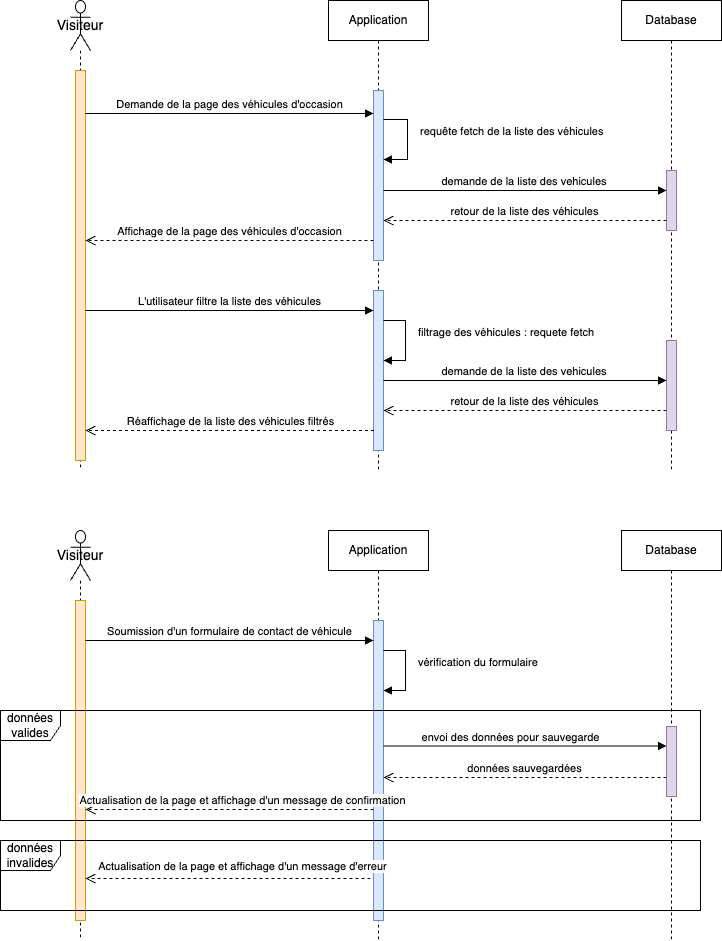
This is diagramme_sequence.drawio.png from floretcl/ECF-TP-DWWM-Garage-02-06-2023, a draw.io export, as it was before one commit. Source tidied: cells renumbered, new cells last; positions are measured from the earlier drawing's top-left corner, leaving out a move shared by most shapes.
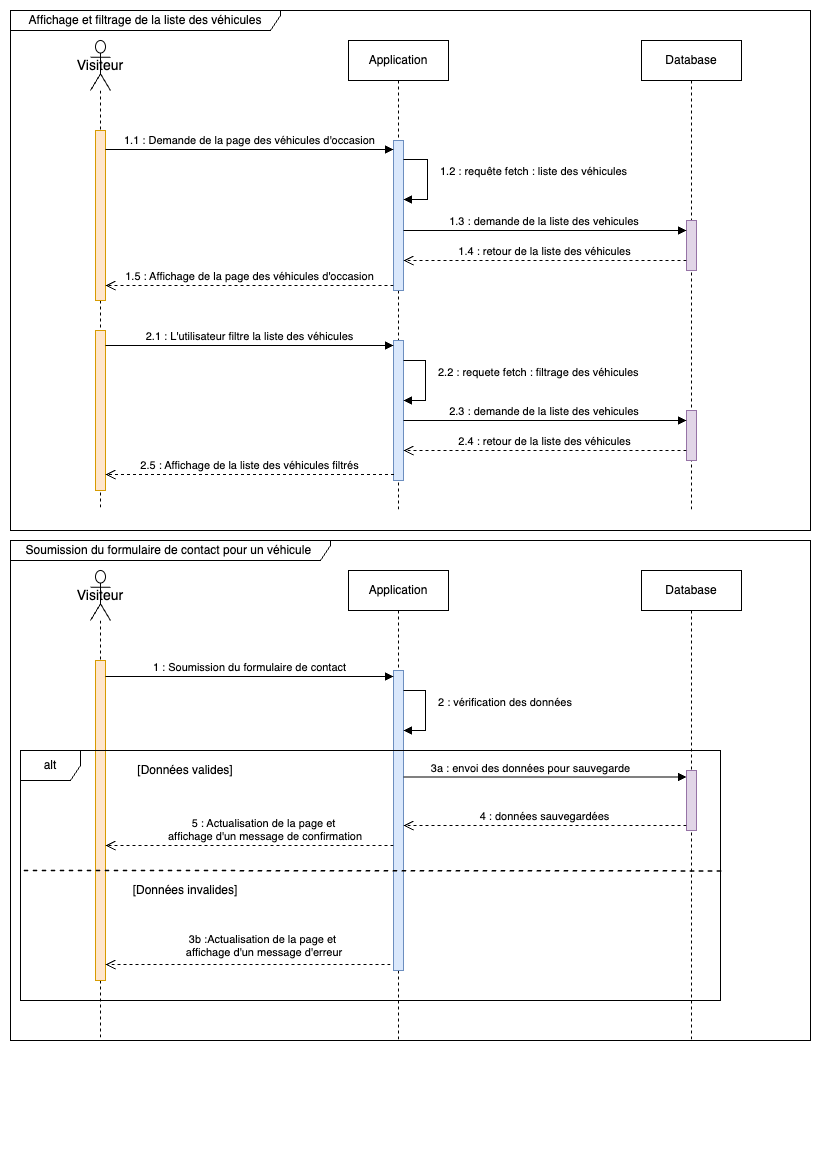
Above is the later version.

Commit message:
update diagrams corrected

The edit, as a diff of the source:
```diff
@@ -6,16 +6,19 @@
       <mxGeometry x="70" width="20" height="470" as="geometry" />
     </mxCell>
     <mxCell id="3" style="html=1;points=[[0,0,0,0,5],[0,1,0,0,-5],[1,0,0,0,5],[1,1,0,0,-5]];perimeter=orthogonalPerimeter;outlineConnect=0;targetShapes=umlLifeline;portConstraint=eastwest;newEdgeStyle={&quot;curved&quot;:0,&quot;rounded&quot;:0};labelBackgroundColor=none;fillColor=#ffe6cc;strokeColor=#d79b00;" parent="2" vertex="1">
-      <mxGeometry x="5" y="70" width="10" height="390" as="geometry" />
+      <mxGeometry x="5" y="90" width="10" height="170" as="geometry" />
     </mxCell>
+    <mxCell id="34" style="html=1;perimeter=orthogonalPerimeter;targetShapes=umlLifeline;newEdgeStyle={&quot;curved&quot;:0,&quot;rounded&quot;:0};labelBackgroundColor=none;fillColor=#ffe6cc;strokeColor=#d79b00;" parent="2" vertex="1">
+      <mxGeometry x="5" y="290" width="10" height="160" as="geometry" />
+    </mxCell>
     <mxCell id="4" value="Application" style="shape=umlLifeline;perimeter=lifelinePerimeter;whiteSpace=wrap;html=1;newEdgeStyle={&quot;curved&quot;:0,&quot;rounded&quot;:0};" parent="1" vertex="1">
       <mxGeometry x="328" width="100" height="470" as="geometry" />
     </mxCell>
     <mxCell id="5" style="html=1;perimeter=orthogonalPerimeter;targetShapes=umlLifeline;newEdgeStyle={&quot;curved&quot;:0,&quot;rounded&quot;:0};fillColor=#dae8fc;strokeColor=#6c8ebf;" parent="4" vertex="1">
-      <mxGeometry x="45" y="90" width="10" height="170" as="geometry" />
+      <mxGeometry x="45" y="100" width="10" height="150" as="geometry" />
     </mxCell>
-    <mxCell id="6" value="requête fetch de la liste des véhicules" style="html=1;align=left;spacingLeft=2;endArrow=block;rounded=0;edgeStyle=orthogonalEdgeStyle;curved=0;rounded=0;" parent="4" edge="1">
-      <mxGeometry x="-0.18" y="9" relative="1" as="geometry">
+    <mxCell id="6" value="1.2 : requête fetch : liste des véhicules" style="html=1;align=left;spacingLeft=2;endArrow=block;rounded=0;edgeStyle=orthogonalEdgeStyle;curved=0;rounded=0;" parent="4" edge="1">
+      <mxGeometry x="-0.19" y="9" relative="1" as="geometry">
         <mxPoint x="55" y="119" as="sourcePoint" />
         <mxPoint x="55" y="159" as="targetPoint" />
         <Array as="points">
@@ -25,10 +28,10 @@
       </mxGeometry>
     </mxCell>
     <mxCell id="7" style="html=1;points=[[0,0,0,0,5],[0,1,0,0,-5],[1,0,0,0,5],[1,1,0,0,-5]];perimeter=orthogonalPerimeter;outlineConnect=0;targetShapes=umlLifeline;portConstraint=eastwest;newEdgeStyle={&quot;curved&quot;:0,&quot;rounded&quot;:0};fillColor=#dae8fc;strokeColor=#6c8ebf;" parent="4" vertex="1">
-      <mxGeometry x="45" y="290" width="10" height="160" as="geometry" />
+      <mxGeometry x="45" y="300" width="10" height="140" as="geometry" />
     </mxCell>
-    <mxCell id="8" value="filtrage des véhicules : requete fetch" style="html=1;align=left;spacingLeft=2;endArrow=block;rounded=0;edgeStyle=orthogonalEdgeStyle;curved=0;rounded=0;" parent="4" edge="1">
-      <mxGeometry x="-0.18" y="9" relative="1" as="geometry">
+    <mxCell id="8" value="2.2 : requete fetch : filtrage des véhicules" style="html=1;align=left;spacingLeft=2;endArrow=block;rounded=0;edgeStyle=orthogonalEdgeStyle;curved=0;rounded=0;" parent="4" edge="1">
+      <mxGeometry x="-0.19" y="9" relative="1" as="geometry">
         <mxPoint x="55" y="320" as="sourcePoint" />
         <mxPoint x="55" y="360" as="targetPoint" />
         <Array as="points">
@@ -41,17 +44,18 @@
       <mxGeometry x="621" width="100" height="470" as="geometry" />
     </mxCell>
     <mxCell id="10" style="html=1;perimeter=orthogonalPerimeter;targetShapes=umlLifeline;newEdgeStyle={&quot;curved&quot;:0,&quot;rounded&quot;:0};fillColor=#e1d5e7;strokeColor=#9673a6;" parent="9" vertex="1">
-      <mxGeometry x="45" y="170" width="10" height="60" as="geometry" />
+      <mxGeometry x="45" y="180" width="10" height="50" as="geometry" />
     </mxCell>
     <mxCell id="11" style="html=1;points=[[0,0,0,0,5],[0,1,0,0,-5],[1,0,0,0,5],[1,1,0,0,-5]];perimeter=orthogonalPerimeter;outlineConnect=0;targetShapes=umlLifeline;portConstraint=eastwest;newEdgeStyle={&quot;curved&quot;:0,&quot;rounded&quot;:0};fillColor=#e1d5e7;strokeColor=#9673a6;" parent="9" vertex="1">
-      <mxGeometry x="45" y="340" width="10" height="90" as="geometry" />
+      <mxGeometry x="45" y="370" width="10" height="50" as="geometry" />
     </mxCell>
-    <mxCell id="12" value="Demande de la page des véhicules d'occasion" style="html=1;verticalAlign=bottom;endArrow=block;curved=0;rounded=0;spacingLeft=0;horizontal=1;" parent="1" edge="1" source="3">
+    <mxCell id="12" value="1.1 : Demande de la page des véhicules d'occasion" style="html=1;verticalAlign=bottom;endArrow=block;curved=0;rounded=0;spacingLeft=0;horizontal=1;" parent="1" edge="1">
       <mxGeometry relative="1" as="geometry">
-        <mxPoint x="373" y="113" as="targetPoint" />
+        <mxPoint x="85" y="109" as="sourcePoint" />
+        <mxPoint x="373" y="109" as="targetPoint" />
       </mxGeometry>
     </mxCell>
-    <mxCell id="13" value="demande de la liste des vehicules&amp;nbsp;" style="html=1;verticalAlign=bottom;endArrow=block;curved=0;rounded=0;" parent="1" edge="1">
+    <mxCell id="13" value="1.3 : demande de la liste des vehicules&amp;nbsp;" style="html=1;verticalAlign=bottom;endArrow=block;curved=0;rounded=0;" parent="1" edge="1">
       <mxGeometry relative="1" as="geometry">
         <mxPoint x="383" y="190" as="sourcePoint" />
         <mxPoint x="666" y="190" as="targetPoint" />
@@ -60,54 +64,55 @@
         </Array>
       </mxGeometry>
     </mxCell>
-    <mxCell id="14" value="retour de la liste des véhicules" style="html=1;verticalAlign=bottom;endArrow=open;dashed=1;endSize=8;curved=0;rounded=0;" parent="1" edge="1">
+    <mxCell id="14" value="1.4 : retour de la liste des véhicules" style="html=1;verticalAlign=bottom;endArrow=open;dashed=1;endSize=8;curved=0;rounded=0;" parent="1" edge="1">
       <mxGeometry relative="1" as="geometry">
         <mxPoint x="666" y="220" as="sourcePoint" />
         <mxPoint x="383" y="220" as="targetPoint" />
       </mxGeometry>
     </mxCell>
-    <mxCell id="15" value="Affichage de la page des véhicules d'occasion" style="html=1;verticalAlign=bottom;endArrow=open;dashed=1;endSize=8;curved=0;rounded=0;" parent="1" edge="1">
+    <mxCell id="15" value="1.5 : Affichage de la page des véhicules d'occasion" style="html=1;verticalAlign=bottom;endArrow=open;dashed=1;endSize=8;curved=0;rounded=0;" parent="1" edge="1">
       <mxGeometry relative="1" as="geometry">
-        <mxPoint x="373" y="240" as="sourcePoint" />
-        <mxPoint x="85" y="240" as="targetPoint" />
+        <mxPoint x="373" y="245" as="sourcePoint" />
+        <mxPoint x="85" y="245" as="targetPoint" />
       </mxGeometry>
     </mxCell>
-    <mxCell id="16" value="L'utilisateur filtre la liste des véhicules" style="html=1;verticalAlign=bottom;endArrow=block;curved=0;rounded=0;" parent="1" edge="1">
+    <mxCell id="16" value="2.1 : L'utilisateur filtre la liste des véhicules" style="html=1;verticalAlign=bottom;endArrow=block;curved=0;rounded=0;" parent="1" edge="1">
       <mxGeometry relative="1" as="geometry">
-        <mxPoint x="85" y="310" as="sourcePoint" />
-        <mxPoint x="373" y="310" as="targetPoint" />
+        <mxPoint x="85" y="305" as="sourcePoint" />
+        <mxPoint x="373" y="305" as="targetPoint" />
       </mxGeometry>
     </mxCell>
-    <mxCell id="17" value="Réaffichage de la liste des véhicules filtrés" style="html=1;verticalAlign=bottom;endArrow=open;dashed=1;endSize=8;curved=0;rounded=0;" parent="1" edge="1">
+    <mxCell id="17" value="2.5 : Affichage de la liste des véhicules filtrés" style="html=1;verticalAlign=bottom;endArrow=open;dashed=1;endSize=8;curved=0;rounded=0;" parent="1" edge="1">
       <mxGeometry relative="1" as="geometry">
-        <mxPoint x="373.5" y="430" as="sourcePoint" />
-        <mxPoint x="85" y="430" as="targetPoint" />
+        <mxPoint x="373.5" y="434" as="sourcePoint" />
+        <mxPoint x="85" y="434" as="targetPoint" />
       </mxGeometry>
     </mxCell>
     <mxCell id="18" value="Visiteur" style="shape=umlLifeline;perimeter=lifelinePerimeter;whiteSpace=wrap;html=1;newEdgeStyle={&quot;curved&quot;:0,&quot;rounded&quot;:0};participant=umlActor;size=50;align=center;fontSize=14;" parent="1" vertex="1">
-      <mxGeometry x="70" y="530" width="20" height="410" as="geometry" />
+      <mxGeometry x="70" y="530" width="20" height="470" as="geometry" />
     </mxCell>
     <mxCell id="19" style="html=1;points=[[0,0,0,0,5],[0,1,0,0,-5],[1,0,0,0,5],[1,1,0,0,-5]];perimeter=orthogonalPerimeter;outlineConnect=0;targetShapes=umlLifeline;portConstraint=eastwest;newEdgeStyle={&quot;curved&quot;:0,&quot;rounded&quot;:0};fillColor=#ffe6cc;strokeColor=#d79b00;" parent="18" vertex="1">
-      <mxGeometry x="5" y="70" width="10" height="320" as="geometry" />
+      <mxGeometry x="5" y="90" width="10" height="320" as="geometry" />
     </mxCell>
     <mxCell id="20" value="Application" style="shape=umlLifeline;perimeter=lifelinePerimeter;whiteSpace=wrap;html=1;newEdgeStyle={&quot;curved&quot;:0,&quot;rounded&quot;:0};" parent="1" vertex="1">
-      <mxGeometry x="328" y="530" width="100" height="410" as="geometry" />
+      <mxGeometry x="328" y="530" width="100" height="470" as="geometry" />
     </mxCell>
     <mxCell id="21" style="html=1;perimeter=orthogonalPerimeter;targetShapes=umlLifeline;newEdgeStyle={&quot;curved&quot;:0,&quot;rounded&quot;:0};fillColor=#dae8fc;strokeColor=#6c8ebf;" parent="20" vertex="1">
-      <mxGeometry x="45" y="90" width="10" height="300" as="geometry" />
+      <mxGeometry x="45" y="100" width="10" height="300" as="geometry" />
     </mxCell>
     <mxCell id="22" value="Database" style="shape=umlLifeline;perimeter=lifelinePerimeter;whiteSpace=wrap;html=1;newEdgeStyle={&quot;curved&quot;:0,&quot;rounded&quot;:0};" parent="1" vertex="1">
-      <mxGeometry x="621" y="530" width="100" height="410" as="geometry" />
+      <mxGeometry x="621" y="530" width="100" height="470" as="geometry" />
     </mxCell>
     <mxCell id="23" style="html=1;perimeter=orthogonalPerimeter;targetShapes=umlLifeline;newEdgeStyle={&quot;curved&quot;:0,&quot;rounded&quot;:0};fillColor=#e1d5e7;strokeColor=#9673a6;" parent="22" vertex="1">
-      <mxGeometry x="45" y="196" width="10" height="70" as="geometry" />
+      <mxGeometry x="45" y="200" width="10" height="60" as="geometry" />
     </mxCell>
-    <mxCell id="24" value="Soumission d'un formulaire de contact de véhicule" style="html=1;verticalAlign=bottom;endArrow=block;curved=0;rounded=0;" parent="1" edge="1" source="19">
+    <mxCell id="24" value="1 : Soumission du formulaire de contact" style="html=1;verticalAlign=bottom;endArrow=block;curved=0;rounded=0;" parent="1" edge="1">
       <mxGeometry relative="1" as="geometry">
-        <mxPoint x="373" y="640" as="targetPoint" />
+        <mxPoint x="85" y="636" as="sourcePoint" />
+        <mxPoint x="373" y="636" as="targetPoint" />
       </mxGeometry>
     </mxCell>
-    <mxCell id="25" value="vérification du formulaire" style="html=1;align=left;spacingLeft=2;endArrow=block;rounded=0;edgeStyle=orthogonalEdgeStyle;curved=0;rounded=0;" parent="1" edge="1">
+    <mxCell id="25" value="2 : vérification des données" style="html=1;align=left;spacingLeft=2;endArrow=block;rounded=0;edgeStyle=orthogonalEdgeStyle;curved=0;rounded=0;" parent="1" edge="1">
       <mxGeometry x="-0.18" y="9" relative="1" as="geometry">
         <mxPoint x="383" y="650" as="sourcePoint" />
         <mxPoint x="383" y="690" as="targetPoint" />
@@ -117,46 +122,63 @@
         </Array>
       </mxGeometry>
     </mxCell>
-    <mxCell id="26" value="envoi des données pour sauvegarde" style="html=1;verticalAlign=bottom;endArrow=block;curved=0;rounded=0;" parent="1" edge="1">
+    <mxCell id="26" value="3a : envoi des données pour sauvegarde" style="html=1;verticalAlign=bottom;endArrow=block;curved=0;rounded=0;" parent="1" edge="1">
       <mxGeometry x="-0.1" relative="1" as="geometry">
-        <mxPoint x="383" y="745.5" as="sourcePoint" />
-        <mxPoint x="666" y="745.5" as="targetPoint" />
+        <mxPoint x="383" y="736.5" as="sourcePoint" />
+        <mxPoint x="666" y="736.5" as="targetPoint" />
       </mxGeometry>
     </mxCell>
-    <mxCell id="27" value="données valides" style="shape=umlFrame;whiteSpace=wrap;html=1;" parent="1" vertex="1">
-      <mxGeometry y="710" width="700" height="110" as="geometry" />
+    <mxCell id="27" value="alt" style="shape=umlFrame;whiteSpace=wrap;html=1;" parent="1" vertex="1">
+      <mxGeometry y="710" width="700" height="250" as="geometry" />
     </mxCell>
-    <mxCell id="28" value="données sauvegardées" style="html=1;verticalAlign=bottom;endArrow=open;dashed=1;endSize=8;curved=0;rounded=0;" parent="1" edge="1">
+    <mxCell id="28" value="4 : données sauvegardées" style="html=1;verticalAlign=bottom;endArrow=open;dashed=1;endSize=8;curved=0;rounded=0;" parent="1" edge="1">
       <mxGeometry relative="1" as="geometry">
-        <mxPoint x="666" y="777" as="sourcePoint" />
-        <mxPoint x="383" y="777" as="targetPoint" />
+        <mxPoint x="666" y="785" as="sourcePoint" />
+        <mxPoint x="383" y="785" as="targetPoint" />
       </mxGeometry>
     </mxCell>
-    <mxCell id="29" value="Actualisation de la page et affichage d'un message de confirmation" style="html=1;verticalAlign=bottom;endArrow=open;dashed=1;endSize=8;curved=0;rounded=0;" parent="1" edge="1" target="19">
+    <mxCell id="29" value="5 : Actualisation de la page et&lt;div&gt;&amp;nbsp;affichage d'un message de confirmation&lt;/div&gt;" style="html=1;verticalAlign=bottom;endArrow=open;dashed=1;endSize=8;curved=0;rounded=0;" parent="1" edge="1">
       <mxGeometry x="-0.09" relative="1" as="geometry">
-        <mxPoint x="373" y="809" as="sourcePoint" />
+        <mxPoint x="373" y="805" as="sourcePoint" />
+        <mxPoint x="85" y="805" as="targetPoint" />
       </mxGeometry>
     </mxCell>
-    <mxCell id="30" value="données invalides" style="shape=umlFrame;whiteSpace=wrap;html=1;" parent="1" vertex="1">
-      <mxGeometry y="840" width="700" height="70" as="geometry" />
-    </mxCell>
-    <mxCell id="31" value="Actualisation de la page et affichage d'un message d'erreur" style="html=1;verticalAlign=bottom;endArrow=open;dashed=1;endSize=8;curved=0;rounded=0;" parent="1" edge="1" target="19">
+    <mxCell id="31" value="3b :Actualisation de la page et&lt;div&gt;&amp;nbsp;affichage d'un message d'erreur&lt;/div&gt;" style="html=1;verticalAlign=bottom;endArrow=open;dashed=1;endSize=8;curved=0;rounded=0;" parent="1" edge="1">
       <mxGeometry x="-0.1" y="-3" relative="1" as="geometry">
-        <mxPoint x="370" y="878" as="sourcePoint" />
+        <mxPoint x="370" y="924" as="sourcePoint" />
+        <mxPoint x="85" y="924" as="targetPoint" />
       </mxGeometry>
     </mxCell>
-    <mxCell id="32" value="demande de la liste des vehicules&amp;nbsp;" style="html=1;verticalAlign=bottom;endArrow=block;curved=0;rounded=0;" parent="1" edge="1" source="7" target="11">
+    <mxCell id="32" value="2.3 : demande de la liste des vehicules&amp;nbsp;" style="html=1;verticalAlign=bottom;endArrow=block;curved=0;rounded=0;" parent="1" edge="1" source="7" target="11">
       <mxGeometry relative="1" as="geometry">
         <Array as="points">
           <mxPoint x="517" y="380" />
         </Array>
       </mxGeometry>
     </mxCell>
-    <mxCell id="33" value="retour de la liste des véhicules" style="html=1;verticalAlign=bottom;endArrow=open;dashed=1;endSize=8;curved=0;rounded=0;" parent="1" edge="1">
+    <mxCell id="33" value="2.4 : retour de la liste des véhicules" style="html=1;verticalAlign=bottom;endArrow=open;dashed=1;endSize=8;curved=0;rounded=0;" parent="1" edge="1">
       <mxGeometry relative="1" as="geometry">
         <mxPoint x="666" y="410" as="sourcePoint" />
         <mxPoint x="383" y="410" as="targetPoint" />
       </mxGeometry>
     </mxCell>
+    <mxCell id="35" value="Affichage et filtrage de la liste des véhicules" style="shape=umlFrame;whiteSpace=wrap;html=1;width=270;height=20;" parent="1" vertex="1">
+      <mxGeometry x="-10" y="-30" width="800" height="520" as="geometry" />
+    </mxCell>
+    <mxCell id="36" value="Soumission du formulaire de contact pour un véhicule&amp;nbsp;" style="shape=umlFrame;whiteSpace=wrap;html=1;width=320;height=20;" parent="1" vertex="1">
+      <mxGeometry x="-10" y="500" width="800" height="500" as="geometry" />
+    </mxCell>
+    <mxCell id="37" style="endArrow=none;dashed=1;html=1;rounded=0;entryX=-0.002;entryY=0.548;entryDx=0;entryDy=0;entryPerimeter=0;strokeWidth=1.5;" parent="1" edge="1">
+      <mxGeometry relative="1" as="geometry">
+        <mxPoint x="700.7" y="830.4" as="sourcePoint" />
+        <mxPoint x="-0.7" y="830" as="targetPoint" />
+      </mxGeometry>
+    </mxCell>
+    <mxCell id="38" value="[Données valides]" style="text;html=1;align=center;verticalAlign=middle;whiteSpace=wrap;rounded=0;" parent="1" vertex="1">
+      <mxGeometry x="110" y="720" width="110" height="20" as="geometry" />
+    </mxCell>
+    <mxCell id="39" value="[Données invalides]" style="text;html=1;align=center;verticalAlign=middle;whiteSpace=wrap;rounded=0;" parent="1" vertex="1">
+      <mxGeometry x="110" y="840" width="110" height="20" as="geometry" />
+    </mxCell>
   </root>
 </mxGraphModel>
```
